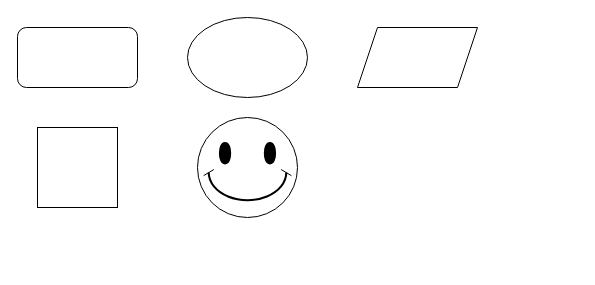
This is demo123.drawio from albmvas/edgar, a draw.io file, before an edit. Source tidied: cells renumbered, new cells numbered last; positions are measured from the earlier drawing's top-left corner, leaving out a move shared by most shapes. Both pictures are drawn from the tidied source at 100%, with x=0, y=0 at pixel (17, 17).
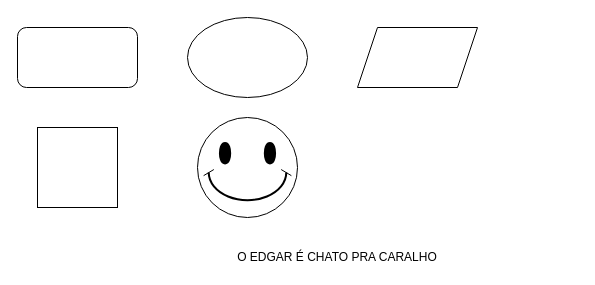
The same page after the edit.

The edit, as a diff of the source:
```diff
@@
 <mxGraphModel>
   <root>
     <mxCell id="0" />
     <mxCell id="1" parent="0" />
     <mxCell id="2" style="rounded=1;whiteSpace=wrap;html=1;" parent="1" vertex="1">
       <mxGeometry y="10" width="120" height="60" as="geometry" />
     </mxCell>
     <mxCell id="3" style="ellipse;whiteSpace=wrap;html=1;" parent="1" vertex="1">
       <mxGeometry x="170" width="120" height="80" as="geometry" />
     </mxCell>
     <mxCell id="4" style="shape=parallelogram;perimeter=parallelogramPerimeter;whiteSpace=wrap;html=1;fixedSize=1;" parent="1" vertex="1">
       <mxGeometry x="340" y="10" width="120" height="60" as="geometry" />
     </mxCell>
     <mxCell id="5" style="whiteSpace=wrap;html=1;" parent="1" vertex="1">
       <mxGeometry x="20" y="110" width="80" height="80" as="geometry" />
     </mxCell>
     <mxCell id="6" style="verticalLabelPosition=bottom;verticalAlign=top;html=1;shape=mxgraph.basic.smiley;" parent="1" vertex="1">
       <mxGeometry x="180" y="100" width="100" height="100" as="geometry" />
     </mxCell>
+    <mxCell id="7" value="O EDGAR É CHATO PRA CARALHO" style="text;html=1;strokeColor=none;fillColor=none;align=center;verticalAlign=middle;whiteSpace=wrap;rounded=0;" parent="1" vertex="1">
+      <mxGeometry x="80" y="230" width="480" height="20" as="geometry" />
+    </mxCell>
   </root>
 </mxGraphModel>
```
